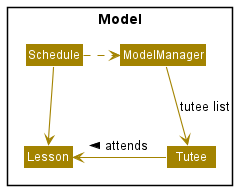
Above: docs/images/ScheduleClassDiagram.png in ykwei7/Track-O (PlantUML), before the change.
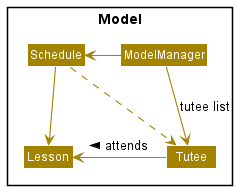
After the commit.

Commit message:
Update Model and Schedule UML diagrams

Diff of the diagram source:
```diff
@@ -11,8 +11,9 @@
 Class Schedule
 Class ModelManager
 
-Schedule .r.> ModelManager
+ModelManager -l-> Schedule
 Schedule -d-> Lesson
+Schedule ..> Tutee
 Tutee -r-> Lesson : attends >
 ModelManager --> Tutee : tutee list
 
```
